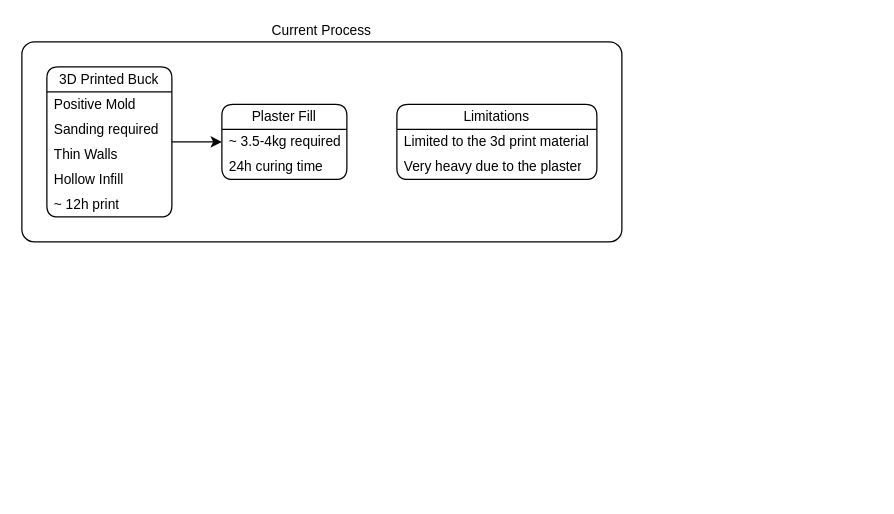
Cyberspecies/Synth-Head keeps this draw.io diagram as Documents/Vacuum Forming Processes.drawio. Above is the earlier version. Source tidied: cells renumbered, new cells numbered last; positions are measured from the earlier drawing's top-left corner, leaving out a move shared by most shapes. Both pictures are drawn from the tidied source at 125%, with x=0, y=0 at pixel (21, 41).
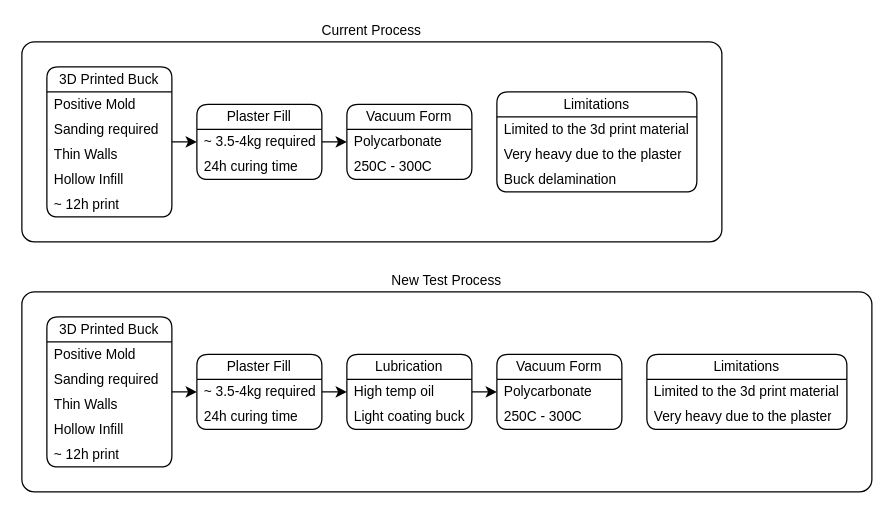
Above is the later version.

Commit message:
Added An oiled up test process

What changed in the source:
```diff
@@
     <mxCell id="2" value="Current Process" style="rounded=1;whiteSpace=wrap;html=1;fontFamily=Helvetica;fontSize=11;fontColor=default;labelBackgroundColor=default;absoluteArcSize=1;labelPosition=center;verticalLabelPosition=top;align=center;verticalAlign=bottom;" parent="1" vertex="1">
-      <mxGeometry width="480" height="160" as="geometry" />
+      <mxGeometry width="560" height="160" as="geometry" />
     </mxCell>
@@
+    <mxCell id="16" style="edgeStyle=none;shape=connector;rounded=0;jettySize=auto;html=1;exitX=1;exitY=0.5;exitDx=0;exitDy=0;entryX=0;entryY=0.5;entryDx=0;entryDy=0;strokeColor=default;align=center;verticalAlign=middle;fontFamily=Helvetica;fontSize=11;fontColor=default;labelBackgroundColor=default;endArrow=classic;" parent="2" edge="1" source="10" target="18">
+      <mxGeometry relative="1" as="geometry" />
+    </mxCell>
     <mxCell id="10" value="Plaster Fill" style="swimlane;fontStyle=0;horizontal=1;startSize=20;whiteSpace=wrap;html=1;rounded=1;fontFamily=Helvetica;fontSize=11;fontColor=default;labelBackgroundColor=default;" parent="2" vertex="1">
-      <mxGeometry x="160" y="50" width="100" height="60" as="geometry" />
+      <mxGeometry x="140" y="50" width="100" height="60" as="geometry" />
     </mxCell>
@@
     <mxCell id="13" value="Limitations" style="swimlane;fontStyle=0;horizontal=1;startSize=20;whiteSpace=wrap;html=1;rounded=1;fontFamily=Helvetica;fontSize=11;fontColor=default;labelBackgroundColor=default;" parent="2" vertex="1">
-      <mxGeometry x="300" y="50" width="160" height="60" as="geometry" />
+      <mxGeometry x="380" y="40" width="160" height="80" as="geometry" />
     </mxCell>
@@
+    <mxCell id="17" value="Buck delamination" style="text;strokeColor=none;fillColor=none;align=left;verticalAlign=middle;spacingLeft=4;spacingRight=4;overflow=hidden;whiteSpace=wrap;html=1;fontFamily=Helvetica;fontSize=11;fontColor=default;labelBackgroundColor=default;" parent="13" vertex="1">
+      <mxGeometry y="60" width="160" height="20" as="geometry" />
+    </mxCell>
+    <mxCell id="18" value="Vacuum Form" style="swimlane;fontStyle=0;horizontal=1;startSize=20;whiteSpace=wrap;html=1;rounded=1;fontFamily=Helvetica;fontSize=11;fontColor=default;labelBackgroundColor=default;" parent="2" vertex="1">
+      <mxGeometry x="260" y="50" width="100" height="60" as="geometry" />
+    </mxCell>
+    <mxCell id="19" value="Polycarbonate" style="text;strokeColor=none;fillColor=none;align=left;verticalAlign=middle;spacingLeft=4;spacingRight=4;overflow=hidden;whiteSpace=wrap;html=1;fontFamily=Helvetica;fontSize=11;fontColor=default;labelBackgroundColor=default;" parent="18" vertex="1">
+      <mxGeometry y="20" width="100" height="20" as="geometry" />
+    </mxCell>
+    <mxCell id="20" value="250C - 300C" style="text;strokeColor=none;fillColor=none;align=left;verticalAlign=middle;spacingLeft=4;spacingRight=4;overflow=hidden;whiteSpace=wrap;html=1;fontFamily=Helvetica;fontSize=11;fontColor=default;labelBackgroundColor=default;" parent="18" vertex="1">
+      <mxGeometry y="40" width="100" height="20" as="geometry" />
+    </mxCell>
+    <mxCell id="21" value="New Test Process" style="rounded=1;whiteSpace=wrap;html=1;fontFamily=Helvetica;fontSize=11;fontColor=default;labelBackgroundColor=default;absoluteArcSize=1;labelPosition=center;verticalLabelPosition=top;align=center;verticalAlign=bottom;" parent="1" vertex="1">
+      <mxGeometry y="200" width="680" height="160" as="geometry" />
+    </mxCell>
+    <mxCell id="22" style="edgeStyle=none;shape=connector;rounded=0;jettySize=auto;html=1;exitX=1;exitY=0.5;exitDx=0;exitDy=0;entryX=0;entryY=0.5;entryDx=0;entryDy=0;strokeColor=default;align=center;verticalAlign=middle;fontFamily=Helvetica;fontSize=11;fontColor=default;labelBackgroundColor=default;endArrow=classic;" parent="21" edge="1" source="23" target="30">
+      <mxGeometry relative="1" as="geometry" />
+    </mxCell>
+    <mxCell id="23" value="3D Printed Buck" style="swimlane;fontStyle=0;horizontal=1;startSize=20;whiteSpace=wrap;html=1;rounded=1;fontFamily=Helvetica;fontSize=11;fontColor=default;labelBackgroundColor=default;" parent="21" vertex="1">
+      <mxGeometry x="20" y="20" width="100" height="120" as="geometry" />
+    </mxCell>
+    <mxCell id="24" value="Positive Mold" style="text;strokeColor=none;fillColor=none;align=left;verticalAlign=middle;spacingLeft=4;spacingRight=4;overflow=hidden;whiteSpace=wrap;html=1;fontFamily=Helvetica;fontSize=11;fontColor=default;labelBackgroundColor=default;" parent="23" vertex="1">
+      <mxGeometry y="20" width="100" height="20" as="geometry" />
+    </mxCell>
+    <mxCell id="25" value="Sanding required" style="text;strokeColor=none;fillColor=none;align=left;verticalAlign=middle;spacingLeft=4;spacingRight=4;overflow=hidden;whiteSpace=wrap;html=1;fontFamily=Helvetica;fontSize=11;fontColor=default;labelBackgroundColor=default;" parent="23" vertex="1">
+      <mxGeometry y="40" width="100" height="20" as="geometry" />
+    </mxCell>
+    <mxCell id="26" value="Thin Walls" style="text;strokeColor=none;fillColor=none;align=left;verticalAlign=middle;spacingLeft=4;spacingRight=4;overflow=hidden;whiteSpace=wrap;html=1;fontFamily=Helvetica;fontSize=11;fontColor=default;labelBackgroundColor=default;" parent="23" vertex="1">
+      <mxGeometry y="60" width="100" height="20" as="geometry" />
+    </mxCell>
+    <mxCell id="27" value="Hollow Infill" style="text;strokeColor=none;fillColor=none;align=left;verticalAlign=middle;spacingLeft=4;spacingRight=4;overflow=hidden;whiteSpace=wrap;html=1;fontFamily=Helvetica;fontSize=11;fontColor=default;labelBackgroundColor=default;" parent="23" vertex="1">
+      <mxGeometry y="80" width="100" height="20" as="geometry" />
+    </mxCell>
+    <mxCell id="28" value="~ 12h print" style="text;strokeColor=none;fillColor=none;align=left;verticalAlign=middle;spacingLeft=4;spacingRight=4;overflow=hidden;whiteSpace=wrap;html=1;fontFamily=Helvetica;fontSize=11;fontColor=default;labelBackgroundColor=default;" parent="23" vertex="1">
+      <mxGeometry y="100" width="100" height="20" as="geometry" />
+    </mxCell>
+    <mxCell id="29" style="edgeStyle=none;shape=connector;rounded=0;jettySize=auto;html=1;exitX=1;exitY=0.5;exitDx=0;exitDy=0;entryX=0;entryY=0.5;entryDx=0;entryDy=0;strokeColor=default;align=center;verticalAlign=middle;fontFamily=Helvetica;fontSize=11;fontColor=default;labelBackgroundColor=default;endArrow=classic;" parent="21" edge="1" source="30" target="40">
+      <mxGeometry relative="1" as="geometry" />
+    </mxCell>
+    <mxCell id="30" value="Plaster Fill" style="swimlane;fontStyle=0;horizontal=1;startSize=20;whiteSpace=wrap;html=1;rounded=1;fontFamily=Helvetica;fontSize=11;fontColor=default;labelBackgroundColor=default;" parent="21" vertex="1">
+      <mxGeometry x="140" y="50" width="100" height="60" as="geometry" />
+    </mxCell>
+    <mxCell id="31" value="~ 3.5-4kg required" style="text;strokeColor=none;fillColor=none;align=left;verticalAlign=middle;spacingLeft=4;spacingRight=4;overflow=hidden;whiteSpace=wrap;html=1;fontFamily=Helvetica;fontSize=11;fontColor=default;labelBackgroundColor=default;" parent="30" vertex="1">
+      <mxGeometry y="20" width="100" height="20" as="geometry" />
+    </mxCell>
+    <mxCell id="32" value="24h curing time" style="text;strokeColor=none;fillColor=none;align=left;verticalAlign=middle;spacingLeft=4;spacingRight=4;overflow=hidden;whiteSpace=wrap;html=1;fontFamily=Helvetica;fontSize=11;fontColor=default;labelBackgroundColor=default;" parent="30" vertex="1">
+      <mxGeometry y="40" width="100" height="20" as="geometry" />
+    </mxCell>
+    <mxCell id="33" value="Limitations" style="swimlane;fontStyle=0;horizontal=1;startSize=20;whiteSpace=wrap;html=1;rounded=1;fontFamily=Helvetica;fontSize=11;fontColor=default;labelBackgroundColor=default;" parent="21" vertex="1">
+      <mxGeometry x="500" y="50" width="160" height="60" as="geometry" />
+    </mxCell>
+    <mxCell id="34" value="Limited to the 3d print material" style="text;strokeColor=none;fillColor=none;align=left;verticalAlign=middle;spacingLeft=4;spacingRight=4;overflow=hidden;whiteSpace=wrap;html=1;fontFamily=Helvetica;fontSize=11;fontColor=default;labelBackgroundColor=default;" parent="33" vertex="1">
+      <mxGeometry y="20" width="160" height="20" as="geometry" />
+    </mxCell>
+    <mxCell id="35" value="Very heavy due to the plaster" style="text;strokeColor=none;fillColor=none;align=left;verticalAlign=middle;spacingLeft=4;spacingRight=4;overflow=hidden;whiteSpace=wrap;html=1;fontFamily=Helvetica;fontSize=11;fontColor=default;labelBackgroundColor=default;" parent="33" vertex="1">
+      <mxGeometry y="40" width="160" height="20" as="geometry" />
+    </mxCell>
+    <mxCell id="36" value="Vacuum Form" style="swimlane;fontStyle=0;horizontal=1;startSize=20;whiteSpace=wrap;html=1;rounded=1;fontFamily=Helvetica;fontSize=11;fontColor=default;labelBackgroundColor=default;" parent="21" vertex="1">
+      <mxGeometry x="380" y="50" width="100" height="60" as="geometry" />
+    </mxCell>
+    <mxCell id="37" value="Polycarbonate" style="text;strokeColor=none;fillColor=none;align=left;verticalAlign=middle;spacingLeft=4;spacingRight=4;overflow=hidden;whiteSpace=wrap;html=1;fontFamily=Helvetica;fontSize=11;fontColor=default;labelBackgroundColor=default;" parent="36" vertex="1">
+      <mxGeometry y="20" width="100" height="20" as="geometry" />
+    </mxCell>
+    <mxCell id="38" value="250C - 300C" style="text;strokeColor=none;fillColor=none;align=left;verticalAlign=middle;spacingLeft=4;spacingRight=4;overflow=hidden;whiteSpace=wrap;html=1;fontFamily=Helvetica;fontSize=11;fontColor=default;labelBackgroundColor=default;" parent="36" vertex="1">
+      <mxGeometry y="40" width="100" height="20" as="geometry" />
+    </mxCell>
+    <mxCell id="39" style="edgeStyle=none;shape=connector;rounded=0;jettySize=auto;html=1;exitX=1;exitY=0.5;exitDx=0;exitDy=0;entryX=0;entryY=0.5;entryDx=0;entryDy=0;strokeColor=default;align=center;verticalAlign=middle;fontFamily=Helvetica;fontSize=11;fontColor=default;labelBackgroundColor=default;endArrow=classic;" parent="21" edge="1" source="40" target="36">
+      <mxGeometry relative="1" as="geometry" />
+    </mxCell>
+    <mxCell id="40" value="Lubrication" style="swimlane;fontStyle=0;horizontal=1;startSize=20;whiteSpace=wrap;html=1;rounded=1;fontFamily=Helvetica;fontSize=11;fontColor=default;labelBackgroundColor=default;" parent="21" vertex="1">
+      <mxGeometry x="260" y="50" width="100" height="60" as="geometry" />
+    </mxCell>
+    <mxCell id="41" value="High temp oil" style="text;strokeColor=none;fillColor=none;align=left;verticalAlign=middle;spacingLeft=4;spacingRight=4;overflow=hidden;whiteSpace=wrap;html=1;fontFamily=Helvetica;fontSize=11;fontColor=default;labelBackgroundColor=default;" parent="40" vertex="1">
+      <mxGeometry y="20" width="100" height="20" as="geometry" />
+    </mxCell>
+    <mxCell id="42" value="Light coating buck" style="text;strokeColor=none;fillColor=none;align=left;verticalAlign=middle;spacingLeft=4;spacingRight=4;overflow=hidden;whiteSpace=wrap;html=1;fontFamily=Helvetica;fontSize=11;fontColor=default;labelBackgroundColor=default;" parent="40" vertex="1">
+      <mxGeometry y="40" width="100" height="20" as="geometry" />
+    </mxCell>
```
